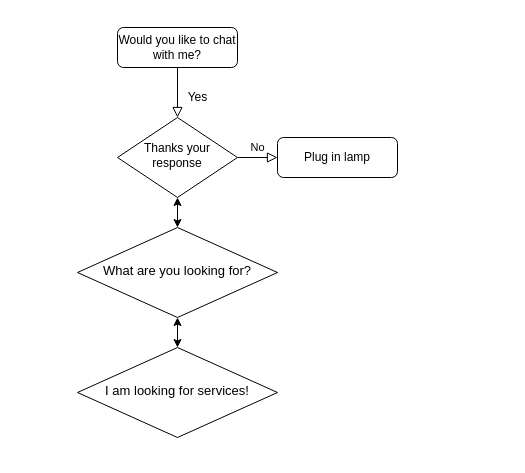
khanshoeb443/test keeps this draw.io diagram as Untitled Diagram.drawio. Above is the earlier version. Source tidied: cells renumbered, new cells numbered last; positions are measured from the earlier drawing's top-left corner, leaving out a move shared by most shapes. Both pictures are drawn from the tidied source at 100%, with x=0, y=0 at pixel (77, 27).
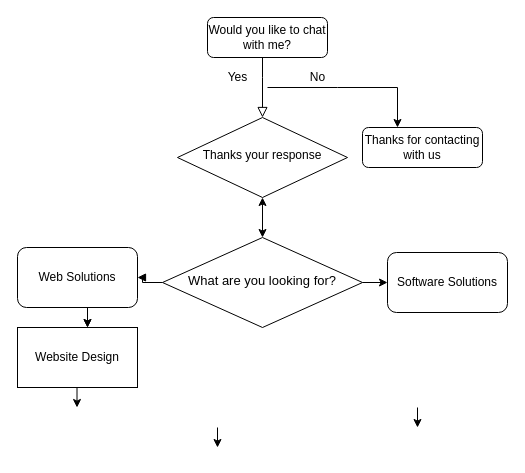
Above is the later version.

What changed in the source:
```diff
@@
     <mxCell id="2" style="rounded=0;html=1;jettySize=auto;fontSize=11;endArrow=block;endFill=0;endSize=8;strokeWidth=1;shadow=0;labelBackgroundColor=none;edgeStyle=orthogonalEdgeStyle;" parent="1" edge="1" source="3" target="5">
-      <mxGeometry relative="1" as="geometry" />
+      <mxGeometry relative="1" as="geometry">
+        <Array as="points">
+          <mxPoint x="185" y="50" />
+          <mxPoint x="185" y="50" />
+        </Array>
+      </mxGeometry>
     </mxCell>
     <mxCell id="3" value="Would you like to chat with me?" style="rounded=1;whiteSpace=wrap;html=1;fontSize=12;glass=0;strokeWidth=1;shadow=0;" parent="1" vertex="1">
-      <mxGeometry x="40" width="120" height="40" as="geometry" />
+      <mxGeometry x="130" y="-10" width="120" height="40" as="geometry" />
     </mxCell>
-    <mxCell id="4" value="No" style="edgeStyle=orthogonalEdgeStyle;rounded=0;html=1;jettySize=auto;fontSize=11;endArrow=block;endFill=0;endSize=8;strokeWidth=1;shadow=0;labelBackgroundColor=none;" parent="1" edge="1" source="5" target="6">
-      <mxGeometry y="10" relative="1" as="geometry" />
-    </mxCell>
     <mxCell id="5" value="Thanks your response" style="rhombus;whiteSpace=wrap;html=1;shadow=0;fontFamily=Helvetica;fontSize=12;align=center;strokeWidth=1;spacing=6;spacingTop=-4;" parent="1" vertex="1">
-      <mxGeometry x="40" y="90" width="120" height="80" as="geometry" />
+      <mxGeometry x="100" y="90" width="170" height="80" as="geometry" />
     </mxCell>
-    <mxCell id="6" value="Plug in lamp" style="rounded=1;whiteSpace=wrap;html=1;fontSize=12;glass=0;strokeWidth=1;shadow=0;" parent="1" vertex="1">
-      <mxGeometry x="200" y="110" width="120" height="40" as="geometry" />
+    <mxCell id="6" value="Thanks for contacting with us" style="rounded=1;whiteSpace=wrap;html=1;fontSize=12;glass=0;strokeWidth=1;shadow=0;" parent="1" vertex="1">
+      <mxGeometry x="285" y="100" width="120" height="40" as="geometry" />
     </mxCell>
-    <mxCell id="7" style="edgeStyle=orthogonalEdgeStyle;rounded=0;jettySize=auto;html=1;exitX=1;exitY=0.5;exitDx=0;exitDy=0;" parent="1" edge="1" source="8">
-      <mxGeometry relative="1" as="geometry">
-        <mxPoint x="170" y="250" as="targetPoint" />
-      </mxGeometry>
-    </mxCell>
+    <mxCell id="13" style="edgeStyle=orthogonalEdgeStyle;rounded=0;jettySize=auto;html=1;endArrow=block;endFill=1;" parent="1" edge="1" source="8" target="16">
+      <mxGeometry relative="1" as="geometry" />
+    </mxCell>
     <mxCell id="8" value="&lt;span style=&quot;font-family: &amp;#34;helvetica&amp;#34; , &amp;#34;arial&amp;#34; , sans-serif ; font-size: 13px ; text-align: left ; background-color: rgb(255 , 255 , 255)&quot;&gt;What are you looking for?&lt;/span&gt;" style="rhombus;whiteSpace=wrap;html=1;shadow=0;fontFamily=Helvetica;fontSize=12;align=center;strokeWidth=1;spacing=6;spacingTop=-4;" parent="1" vertex="1">
-      <mxGeometry y="200" width="200" height="90" as="geometry" />
+      <mxGeometry x="85" y="210" width="200" height="90" as="geometry" />
     </mxCell>
     <mxCell id="9" value="Yes" style="text;html=1;align=center;verticalAlign=middle;strokeColor=none;fillColor=none;" parent="1" vertex="1">
-      <mxGeometry x="100" y="60" width="40" height="20" as="geometry" />
+      <mxGeometry x="140" y="40" width="40" height="20" as="geometry" />
     </mxCell>
@@
-    <mxCell id="11" value="&lt;div style=&quot;text-align: left&quot;&gt;&lt;span style=&quot;font-size: 13px&quot;&gt;&lt;font face=&quot;helvetica, arial, sans-serif&quot;&gt;I am looking for services!&lt;/font&gt;&lt;/span&gt;&lt;/div&gt;" style="rhombus;whiteSpace=wrap;html=1;shadow=0;fontFamily=Helvetica;fontSize=12;align=center;strokeWidth=1;spacing=6;spacingTop=-4;" parent="1" vertex="1">
-      <mxGeometry y="320" width="200" height="90" as="geometry" />
-    </mxCell>
-    <mxCell id="12" style="endArrow=classic;startArrow=classic;html=1;rounded=0;exitX=0.5;exitY=0;exitDx=0;exitDy=0;" parent="1" edge="1">
-      <mxGeometry relative="1" as="geometry">
-        <mxPoint x="100" y="320" as="sourcePoint" />
-        <mxPoint x="100" y="290" as="targetPoint" />
-      </mxGeometry>
-    </mxCell>
+    <mxCell id="14" style="endArrow=none;html=1;rounded=0;" parent="1" edge="1">
+      <mxGeometry relative="1" as="geometry">
+        <mxPoint x="190" y="60" as="sourcePoint" />
+        <mxPoint x="320" y="60" as="targetPoint" />
+        <Array as="points">
+          <mxPoint x="260" y="60" />
+        </Array>
+      </mxGeometry>
+    </mxCell>
+    <mxCell id="15" style="endArrow=classic;html=1;rounded=0;" parent="1" edge="1">
+      <mxGeometry relative="1" as="geometry">
+        <mxPoint x="320" y="60" as="sourcePoint" />
+        <mxPoint x="320" y="100" as="targetPoint" />
+      </mxGeometry>
+    </mxCell>
+    <mxCell id="4" value="No" style="text;html=1;align=center;verticalAlign=middle;strokeColor=none;fillColor=none;" parent="1" vertex="1">
+      <mxGeometry x="225" y="40" width="30" height="20" as="geometry" />
+    </mxCell>
+    <mxCell id="16" value="Web Solutions" style="rounded=1;whiteSpace=wrap;html=1;" parent="1" vertex="1">
+      <mxGeometry x="-60" y="220" width="120" height="60" as="geometry" />
+    </mxCell>
+    <mxCell id="17" value="Software Solutions" style="rounded=1;whiteSpace=wrap;html=1;" parent="1" vertex="1">
+      <mxGeometry x="310" y="225" width="120" height="60" as="geometry" />
+    </mxCell>
+    <mxCell id="18" style="endArrow=classic;html=1;rounded=0;entryX=0;entryY=0.5;entryDx=0;entryDy=0;" parent="1" edge="1" target="17">
+      <mxGeometry relative="1" as="geometry">
+        <mxPoint x="285" y="255" as="sourcePoint" />
+      </mxGeometry>
+    </mxCell>
+    <mxCell id="19" value="Website Design" style="rounded=0;whiteSpace=wrap;html=1;" parent="1" vertex="1">
+      <mxGeometry x="-60" y="300" width="120" height="60" as="geometry" />
+    </mxCell>
+    <mxCell id="20" style="endArrow=classic;html=1;rounded=0;" parent="1" edge="1">
+      <mxGeometry relative="1" as="geometry">
+        <mxPoint x="10" y="280" as="sourcePoint" />
+        <mxPoint x="10" y="300" as="targetPoint" />
+      </mxGeometry>
+    </mxCell>
+    <mxCell id="21" style="endArrow=classic;html=1;rounded=0;" parent="1" edge="1">
+      <mxGeometry relative="1" as="geometry">
+        <mxPoint x="10" y="280" as="sourcePoint" />
+        <mxPoint x="10" y="300" as="targetPoint" />
+      </mxGeometry>
+    </mxCell>
+    <mxCell id="22" style="endArrow=classic;html=1;rounded=0;" parent="1" edge="1">
+      <mxGeometry relative="1" as="geometry">
+        <mxPoint x="-0.5" y="360" as="sourcePoint" />
+        <mxPoint x="-0.5" y="380" as="targetPoint" />
+      </mxGeometry>
+    </mxCell>
+    <mxCell id="23" style="endArrow=classic;html=1;rounded=0;" parent="1" edge="1">
+      <mxGeometry relative="1" as="geometry">
+        <mxPoint x="140" y="400" as="sourcePoint" />
+        <mxPoint x="140" y="420" as="targetPoint" />
+      </mxGeometry>
+    </mxCell>
+    <mxCell id="24" style="endArrow=classic;html=1;rounded=0;" parent="1" edge="1">
+      <mxGeometry relative="1" as="geometry">
+        <mxPoint x="340" y="380" as="sourcePoint" />
+        <mxPoint x="340" y="400" as="targetPoint" />
+      </mxGeometry>
+    </mxCell>
```
